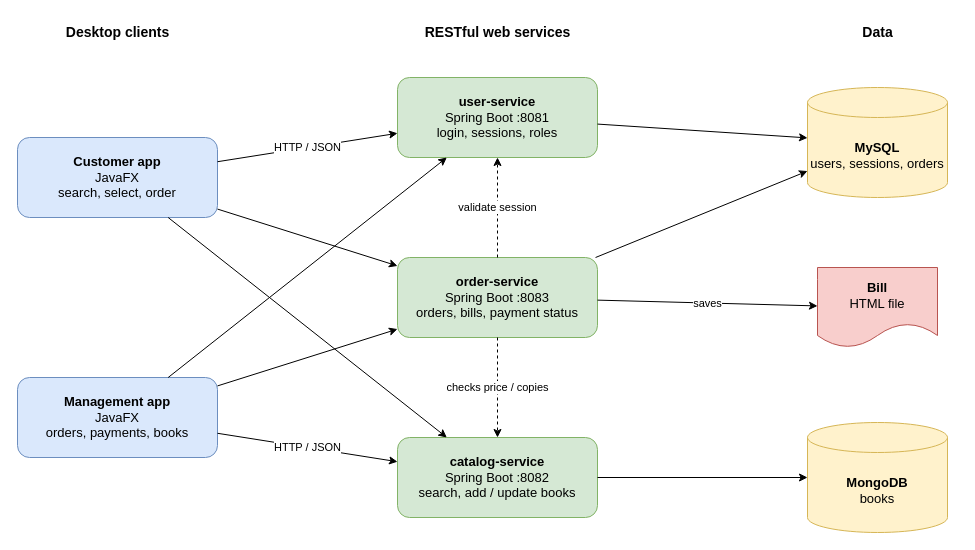
The draw.io diagram docs/02-design/diagrams/architecture.drawio in KFUPMer/csce310-bookstore, before the edit. Source tidied: cells renumbered, new cells numbered last; positions are measured from the earlier drawing's top-left corner, leaving out a move shared by most shapes. Both pictures are drawn from the tidied source at 100%, with x=0, y=0 at pixel (17, 17).
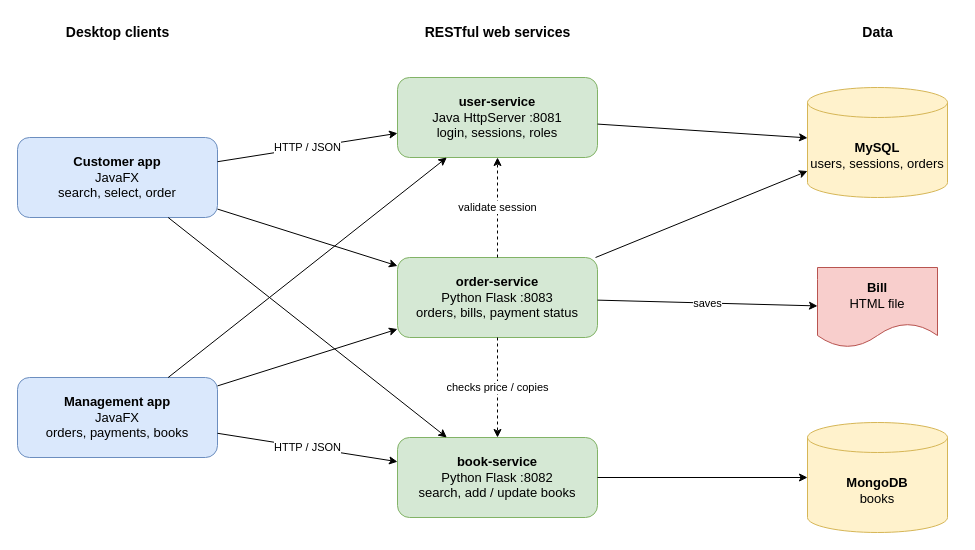
The same page after the edit.

Change to the diagram source:
```diff
@@
-    <mxCell id="7" value="&lt;b&gt;user-service&lt;/b&gt;&lt;br&gt;Spring Boot :8081&lt;br&gt;login, sessions, roles" style="rounded=1;whiteSpace=wrap;html=1;fillColor=#d5e8d4;strokeColor=#82b366;fontSize=13;" parent="1" vertex="1">
+    <mxCell id="7" value="&lt;b&gt;user-service&lt;/b&gt;&lt;br&gt;Java HttpServer :8081&lt;br&gt;login, sessions, roles" style="rounded=1;whiteSpace=wrap;html=1;fillColor=#d5e8d4;strokeColor=#82b366;fontSize=13;" parent="1" vertex="1">
       <mxGeometry x="380" y="60" width="200" height="80" as="geometry" />
     </mxCell>
-    <mxCell id="8" value="&lt;b&gt;order-service&lt;/b&gt;&lt;br&gt;Spring Boot :8083&lt;br&gt;orders, bills, payment status" style="rounded=1;whiteSpace=wrap;html=1;fillColor=#d5e8d4;strokeColor=#82b366;fontSize=13;" parent="1" vertex="1">
+    <mxCell id="8" value="&lt;b&gt;order-service&lt;/b&gt;&lt;br&gt;Python Flask :8083&lt;br&gt;orders, bills, payment status" style="rounded=1;whiteSpace=wrap;html=1;fillColor=#d5e8d4;strokeColor=#82b366;fontSize=13;" parent="1" vertex="1">
       <mxGeometry x="380" y="240" width="200" height="80" as="geometry" />
     </mxCell>
-    <mxCell id="9" value="&lt;b&gt;catalog-service&lt;/b&gt;&lt;br&gt;Spring Boot :8082&lt;br&gt;search, add / update books" style="rounded=1;whiteSpace=wrap;html=1;fillColor=#d5e8d4;strokeColor=#82b366;fontSize=13;" parent="1" vertex="1">
+    <mxCell id="9" value="&lt;b&gt;book-service&lt;/b&gt;&lt;br&gt;Python Flask :8082&lt;br&gt;search, add / update books" style="rounded=1;whiteSpace=wrap;html=1;fillColor=#d5e8d4;strokeColor=#82b366;fontSize=13;" parent="1" vertex="1">
       <mxGeometry x="380" y="420" width="200" height="80" as="geometry" />
     </mxCell>
```
